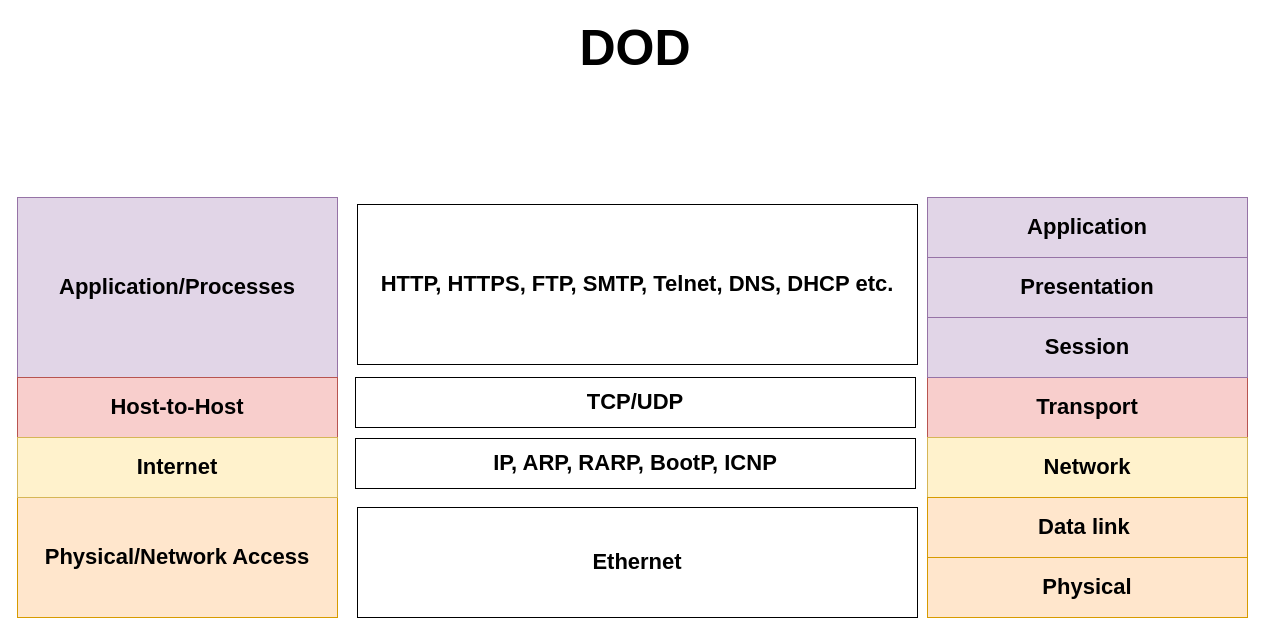
Above: page "Page-4" (4 of 4) of fcn-docs/day4/day4.drawio in utkarshpratap2002/learnedinDITISS (draw.io), before the change. Source tidied: cells renumbered, new cells numbered last; positions are measured from the earlier drawing's top-left corner, leaving out a move shared by most shapes. Both pictures are drawn from the tidied source at 100%, with x=0, y=0 at pixel (17, 17).
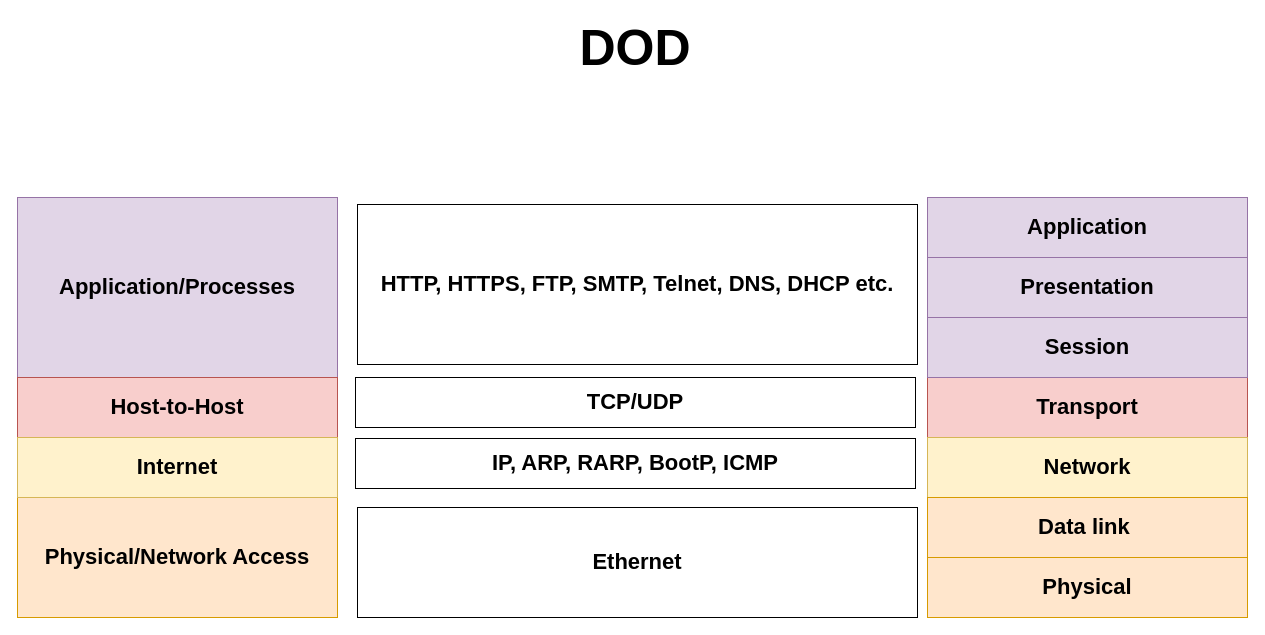
The same diagram, later.

Change to the diagram source:
```diff
@@
 <mxGraphModel>
   <root>
     <mxCell id="0" />
     <mxCell id="1" parent="0" />
     <mxCell id="2" value="DOD" style="text;strokeColor=none;align=center;fillColor=none;html=1;verticalAlign=middle;whiteSpace=wrap;rounded=0;fontSize=50;fontStyle=1;" parent="1" vertex="1">
       <mxGeometry x="518" width="200" height="60" as="geometry" />
     </mxCell>
     <mxCell id="3" value="Physical/Network Access" style="whiteSpace=wrap;html=1;strokeColor=#d79b00;fontSize=22;fontStyle=1;fillColor=#ffe6cc;" parent="1" vertex="1">
       <mxGeometry y="480" width="320" height="120" as="geometry" />
     </mxCell>
     <mxCell id="4" value="Application/Processes" style="whiteSpace=wrap;html=1;strokeColor=#9673a6;fontSize=22;fontStyle=1;fillColor=#e1d5e7;" parent="1" vertex="1">
       <mxGeometry y="180" width="320" height="180" as="geometry" />
     </mxCell>
     <mxCell id="5" value="Host-to-Host" style="whiteSpace=wrap;html=1;strokeColor=#b85450;fontSize=22;fontStyle=1;fillColor=#f8cecc;" parent="1" vertex="1">
       <mxGeometry y="360" width="320" height="60" as="geometry" />
     </mxCell>
     <mxCell id="6" value="Internet" style="whiteSpace=wrap;html=1;strokeColor=#d6b656;fontSize=22;fontStyle=1;fillColor=#fff2cc;" parent="1" vertex="1">
       <mxGeometry y="420" width="320" height="60" as="geometry" />
     </mxCell>
     <mxCell id="7" value="Transport" style="whiteSpace=wrap;html=1;strokeColor=#b85450;fontSize=22;fontStyle=1;fillColor=#f8cecc;" parent="1" vertex="1">
       <mxGeometry x="910" y="360" width="320" height="60" as="geometry" />
     </mxCell>
     <mxCell id="8" value="Application" style="whiteSpace=wrap;html=1;strokeColor=#9673a6;fontSize=22;fontStyle=1;fillColor=#e1d5e7;" parent="1" vertex="1">
       <mxGeometry x="910" y="180" width="320" height="60" as="geometry" />
     </mxCell>
     <mxCell id="9" value="Presentation" style="whiteSpace=wrap;html=1;strokeColor=#9673a6;fontSize=22;fontStyle=1;fillColor=#e1d5e7;" parent="1" vertex="1">
       <mxGeometry x="910" y="240" width="320" height="60" as="geometry" />
     </mxCell>
     <mxCell id="10" value="Session" style="whiteSpace=wrap;html=1;strokeColor=#9673a6;fontSize=22;fontStyle=1;fillColor=#e1d5e7;" parent="1" vertex="1">
       <mxGeometry x="910" y="300" width="320" height="60" as="geometry" />
     </mxCell>
     <mxCell id="11" value="Network" style="whiteSpace=wrap;html=1;strokeColor=#d6b656;fontSize=22;fontStyle=1;fillColor=#fff2cc;" parent="1" vertex="1">
       <mxGeometry x="910" y="420" width="320" height="60" as="geometry" />
     </mxCell>
     <mxCell id="12" value="Data link&amp;nbsp;" style="whiteSpace=wrap;html=1;strokeColor=#d79b00;fontSize=22;fontStyle=1;fillColor=#ffe6cc;" parent="1" vertex="1">
       <mxGeometry x="910" y="480" width="320" height="60" as="geometry" />
     </mxCell>
     <mxCell id="13" value="Physical" style="whiteSpace=wrap;html=1;strokeColor=#d79b00;fontSize=22;fontStyle=1;fillColor=#ffe6cc;" parent="1" vertex="1">
       <mxGeometry x="910" y="540" width="320" height="60" as="geometry" />
     </mxCell>
     <mxCell id="14" value="HTTP, HTTPS, FTP, SMTP, Telnet, DNS, DHCP etc." style="whiteSpace=wrap;html=1;strokeColor=default;fontSize=22;fontStyle=1;" parent="1" vertex="1">
       <mxGeometry x="340" y="187" width="560" height="160" as="geometry" />
     </mxCell>
     <mxCell id="15" value="Ethernet" style="whiteSpace=wrap;html=1;strokeColor=default;fontSize=22;fontStyle=1;" parent="1" vertex="1">
       <mxGeometry x="340" y="490" width="560" height="110" as="geometry" />
     </mxCell>
-    <mxCell id="16" value="IP, ARP, RARP, BootP, ICNP" style="whiteSpace=wrap;html=1;strokeColor=default;fontSize=22;fontStyle=1;" parent="1" vertex="1">
+    <mxCell id="16" value="IP, ARP, RARP, BootP, ICMP" style="whiteSpace=wrap;html=1;strokeColor=default;fontSize=22;fontStyle=1;" parent="1" vertex="1">
       <mxGeometry x="338" y="421" width="560" height="50" as="geometry" />
     </mxCell>
     <mxCell id="17" value="TCP/UDP" style="whiteSpace=wrap;html=1;strokeColor=default;fontSize=22;fontStyle=1;" parent="1" vertex="1">
       <mxGeometry x="338" y="360" width="560" height="50" as="geometry" />
     </mxCell>
   </root>
 </mxGraphModel>
```
